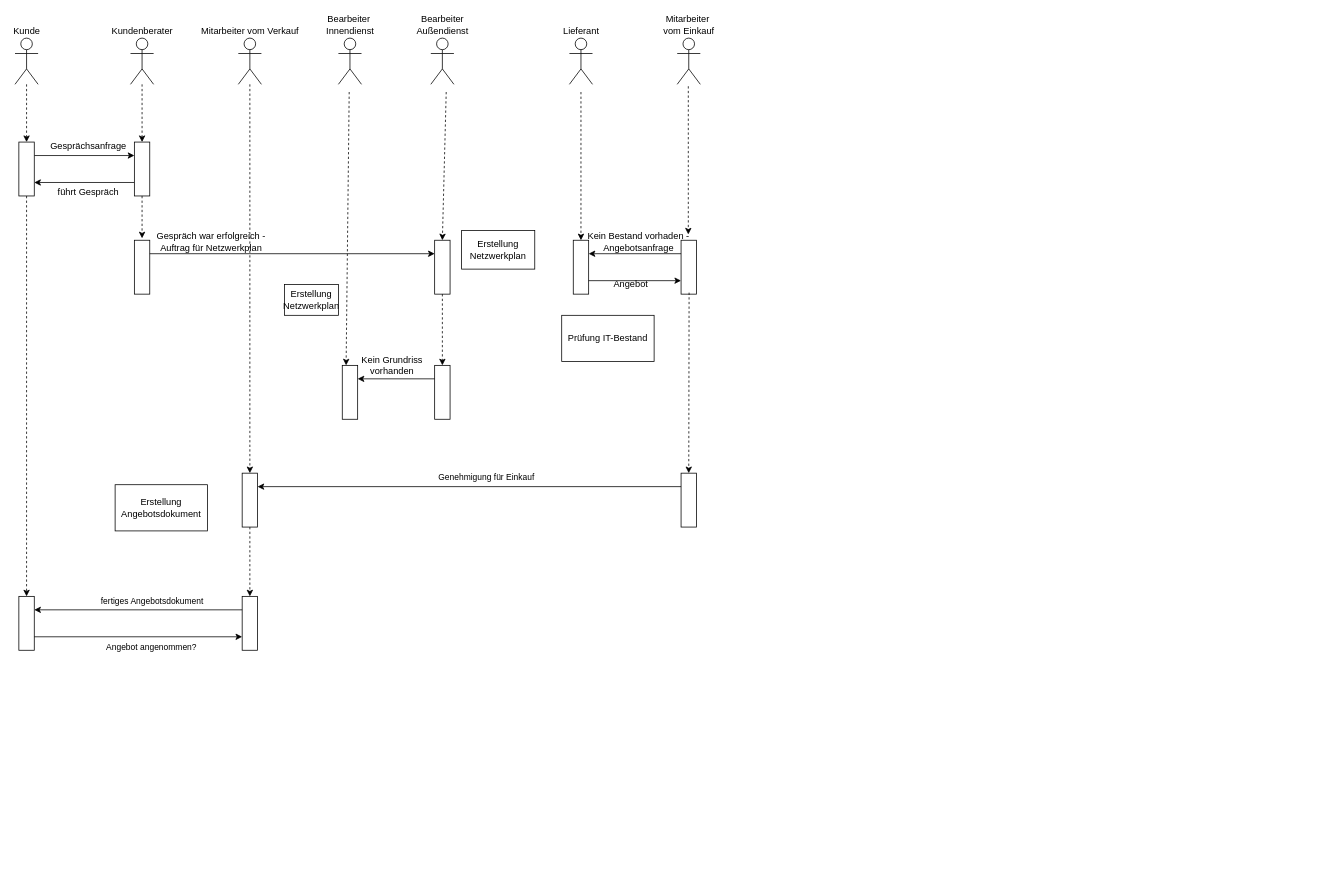
Before: docs/diagram/Sequenzdiagramm.drawio in i21Erik/LF_8, a draw.io diagram. Source tidied: cells renumbered, new cells numbered last; positions are measured from the earlier drawing's top-left corner, leaving out a move shared by most shapes. Both pictures are drawn from the tidied source at 77%, with x=0, y=0 at pixel (-1, 38).
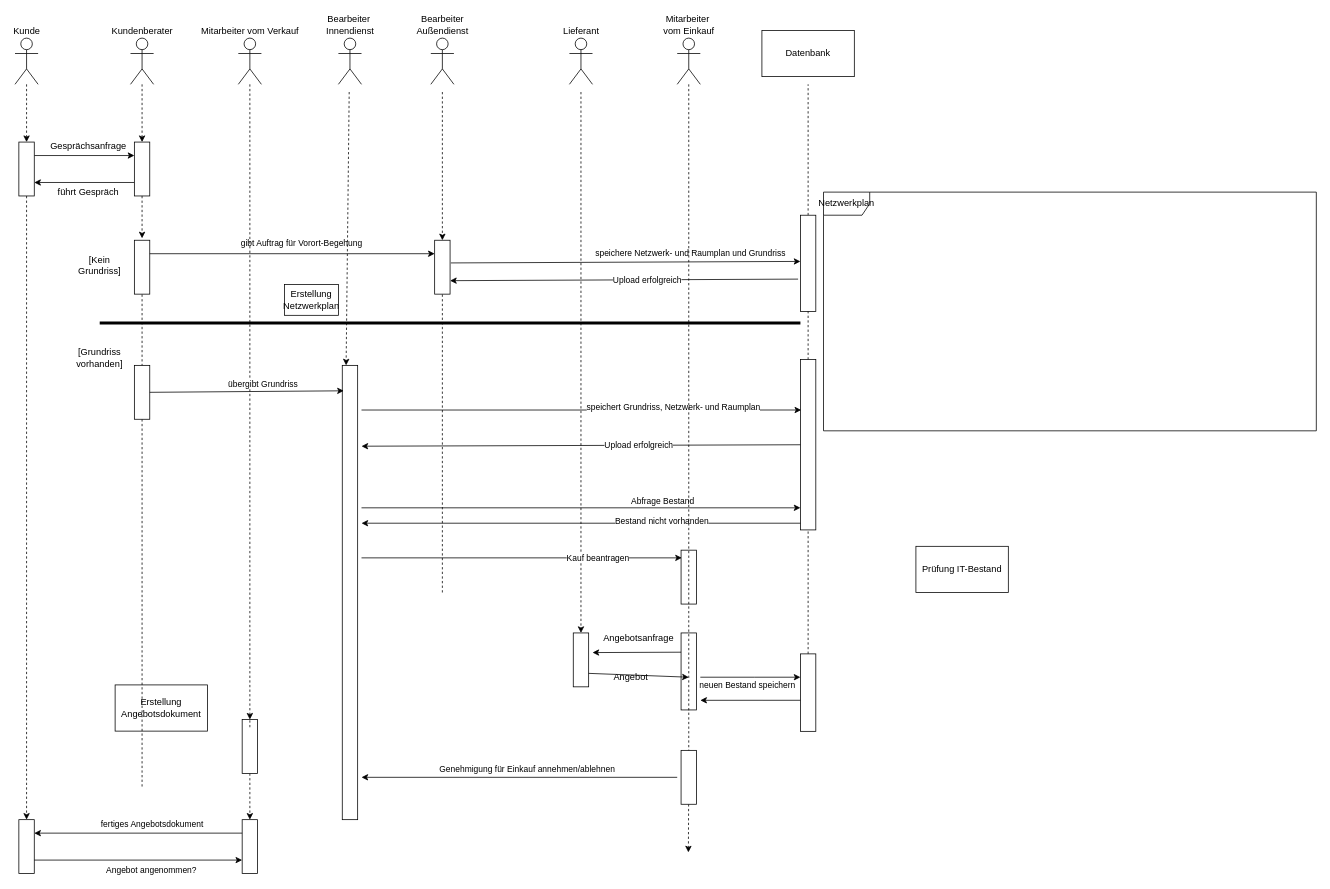
Above is the later version.

Commit message (it also covers changes not shown here):
Sequenzdiagramm weiter bearbeitet Signed-off-by: Postel <i21postelgr>

The change refers to these unchanged cells:
```xml
<mxCell id="17" value="Mitarbeiter&amp;nbsp;&lt;br&gt;vom Einkauf&lt;br&gt;" style="shape=umlActor;verticalLabelPosition=top;verticalAlign=bottom;html=1;outlineConnect=0;labelPosition=center;align=center;" parent="1" vertex="1">
  <mxGeometry x="880" width="30" height="60" as="geometry" />
</mxCell>
<mxCell id="19" style="rounded=0;whiteSpace=wrap;html=1;rotation=-90;" parent="1" vertex="1">
  <mxGeometry x="150" y="287.5" width="70" height="20" as="geometry" />
</mxCell>
<mxCell id="26" style="rounded=0;whiteSpace=wrap;html=1;rotation=-90;" parent="1" vertex="1">
  <mxGeometry x="540" y="287.5" width="70" height="20" as="geometry" />
</mxCell>
<mxCell id="27" style="endArrow=classic;html=1;rounded=0;exitX=0.75;exitY=1;exitDx=0;exitDy=0;entryX=0.75;entryY=0;entryDx=0;entryDy=0;" parent="1" edge="1" source="19" target="26">
  <mxGeometry relative="1" as="geometry" />
</mxCell>
```

What changed in the source:
```diff
@@
-    <mxCell id="18" style="rounded=0;whiteSpace=wrap;html=1;rotation=-90;" parent="1" vertex="1">
-      <mxGeometry x="540" y="450" width="70" height="20" as="geometry" />
-    </mxCell>
@@
-    <mxCell id="20" style="rounded=0;whiteSpace=wrap;html=1;rotation=-90;" parent="1" vertex="1">
-      <mxGeometry x="290" y="590" width="70" height="20" as="geometry" />
-    </mxCell>
     <mxCell id="21" style="rounded=0;whiteSpace=wrap;html=1;rotation=-90;" parent="1" vertex="1">
-      <mxGeometry y="750" width="70" height="20" as="geometry" />
+      <mxGeometry y="1040" width="70" height="20" as="geometry" />
     </mxCell>
-    <mxCell id="22" style="rounded=0;whiteSpace=wrap;html=1;rotation=-90;" parent="1" vertex="1">
-      <mxGeometry x="860" y="590" width="70" height="20" as="geometry" />
-    </mxCell>
     <mxCell id="23" style="rounded=0;whiteSpace=wrap;html=1;rotation=-90;" parent="1" vertex="1">
-      <mxGeometry x="720" y="287.5" width="70" height="20" as="geometry" />
+      <mxGeometry x="720" y="797.5" width="70" height="20" as="geometry" />
     </mxCell>
     <mxCell id="24" style="rounded=0;whiteSpace=wrap;html=1;rotation=-90;" parent="1" vertex="1">
-      <mxGeometry x="860" y="287.5" width="70" height="20" as="geometry" />
+      <mxGeometry x="845" y="812.5" width="100" height="20" as="geometry" />
     </mxCell>
     <mxCell id="25" style="rounded=0;whiteSpace=wrap;html=1;rotation=-90;" parent="1" vertex="1">
-      <mxGeometry x="420" y="450" width="70" height="20" as="geometry" />
+      <mxGeometry x="160" y="710" width="590" height="20" as="geometry" />
     </mxCell>
@@
-    <mxCell id="28" value="Gespräch war erfolgreich - Auftrag für Netzwerkplan" style="text;html=1;strokeColor=none;fillColor=none;align=center;verticalAlign=middle;whiteSpace=wrap;rounded=0;" parent="1" vertex="1">
-      <mxGeometry x="200" y="250" width="150" height="30" as="geometry" />
-    </mxCell>
+    <mxCell id="55" value="gibt Auftrag für Vorort-Begehung" style="edgeLabel;html=1;align=center;verticalAlign=middle;" parent="27" vertex="1">
+      <mxGeometry x="0.06" y="-2" relative="1" as="geometry">
+        <mxPoint y="-17" as="offset" />
+      </mxGeometry>
+    </mxCell>
@@
-    <mxCell id="30" style="endArrow=classic;html=1;rounded=0;dashed=1;exitX=0;exitY=0.5;exitDx=0;exitDy=0;entryX=1;entryY=0.5;entryDx=0;entryDy=0;" parent="1" edge="1" source="26" target="18">
-      <mxGeometry relative="1" as="geometry" />
-    </mxCell>
-    <mxCell id="31" value="Erstellung Netzwerkplan" style="rounded=0;whiteSpace=wrap;html=1;" parent="1" vertex="1">
-      <mxGeometry x="600" y="250" width="95" height="50" as="geometry" />
-    </mxCell>
-    <mxCell id="32" style="endArrow=classic;html=1;rounded=0;exitX=0.75;exitY=0;exitDx=0;exitDy=0;entryX=0.75;entryY=1;entryDx=0;entryDy=0;" parent="1" edge="1" source="18" target="25">
-      <mxGeometry relative="1" as="geometry" />
-    </mxCell>
-    <mxCell id="33" value="Kein Grundriss vorhanden" style="text;html=1;strokeColor=none;fillColor=none;align=center;verticalAlign=middle;whiteSpace=wrap;rounded=0;" parent="1" vertex="1">
-      <mxGeometry x="450" y="400" width="120" height="50" as="geometry" />
-    </mxCell>
     <mxCell id="34" value="Prüfung IT-Bestand" style="rounded=0;whiteSpace=wrap;html=1;" parent="1" vertex="1">
-      <mxGeometry x="730" y="360" width="120" height="60" as="geometry" />
+      <mxGeometry x="1190" y="660" width="120" height="60" as="geometry" />
     </mxCell>
-    <mxCell id="35" style="endArrow=classic;html=1;rounded=0;exitX=0.75;exitY=0;exitDx=0;exitDy=0;entryX=0.75;entryY=1;entryDx=0;entryDy=0;" parent="1" edge="1" source="24" target="23">
-      <mxGeometry relative="1" as="geometry" />
+    <mxCell id="35" style="endArrow=classic;html=1;rounded=0;exitX=0.75;exitY=0;exitDx=0;exitDy=0;" parent="1" edge="1" source="24">
+      <mxGeometry relative="1" as="geometry">
+        <mxPoint x="770" y="798" as="targetPoint" />
+      </mxGeometry>
     </mxCell>
-    <mxCell id="36" value="Kein Bestand vorhaden - Angebotsanfrage" style="text;html=1;strokeColor=none;fillColor=none;align=center;verticalAlign=middle;whiteSpace=wrap;rounded=0;" parent="1" vertex="1">
-      <mxGeometry x="740" y="255" width="180" height="20" as="geometry" />
+    <mxCell id="36" value="Angebotsanfrage" style="text;html=1;strokeColor=none;fillColor=none;align=center;verticalAlign=middle;whiteSpace=wrap;rounded=0;" parent="1" vertex="1">
+      <mxGeometry x="740" y="770" width="180" height="20" as="geometry" />
     </mxCell>
-    <mxCell id="37" style="endArrow=classic;html=1;rounded=0;exitX=0.25;exitY=1;exitDx=0;exitDy=0;entryX=0.25;entryY=0;entryDx=0;entryDy=0;" parent="1" edge="1" source="23" target="24">
-      <mxGeometry relative="1" as="geometry" />
+    <mxCell id="37" style="endArrow=classic;html=1;rounded=0;exitX=0.25;exitY=1;exitDx=0;exitDy=0;" parent="1" edge="1" source="23">
+      <mxGeometry relative="1" as="geometry">
+        <mxPoint x="895" y="830" as="targetPoint" />
+      </mxGeometry>
     </mxCell>
     <mxCell id="38" value="Angebot" style="text;html=1;strokeColor=none;fillColor=none;align=center;verticalAlign=middle;whiteSpace=wrap;rounded=0;" parent="1" vertex="1">
-      <mxGeometry x="730" y="310" width="180" height="20" as="geometry" />
+      <mxGeometry x="730" y="820" width="180" height="20" as="geometry" />
     </mxCell>
-    <mxCell id="39" style="endArrow=classic;html=1;rounded=0;dashed=1;exitX=0.919;exitY=1.027;exitDx=0;exitDy=0;exitPerimeter=0;entryX=1;entryY=0.5;entryDx=0;entryDy=0;" parent="1" edge="1" source="38" target="22">
-      <mxGeometry relative="1" as="geometry" />
-    </mxCell>
@@
-    <mxCell id="41" style="endArrow=classic;html=1;rounded=0;exitX=0.75;exitY=0;exitDx=0;exitDy=0;entryX=0.75;entryY=1;entryDx=0;entryDy=0;" parent="1" edge="1" source="22" target="20">
-      <mxGeometry relative="1" as="geometry" />
+    <mxCell id="41" style="endArrow=classic;html=1;rounded=0;" parent="1" edge="1">
+      <mxGeometry relative="1" as="geometry">
+        <mxPoint x="880" y="960" as="sourcePoint" />
+        <mxPoint x="470" y="960" as="targetPoint" />
+      </mxGeometry>
     </mxCell>
-    <mxCell id="42" value="Genehmigung für Einkauf" style="edgeLabel;html=1;align=center;verticalAlign=middle;" parent="41" vertex="1">
+    <mxCell id="42" value="Genehmigung für Einkauf annehmen/ablehnen" style="edgeLabel;html=1;align=center;verticalAlign=middle;" parent="41" vertex="1">
       <mxGeometry x="-0.18" y="-1" relative="1" as="geometry">
         <mxPoint x="-28" y="-11" as="offset" />
       </mxGeometry>
     </mxCell>
     <mxCell id="43" value="Erstellung Angebotsdokument" style="rounded=0;whiteSpace=wrap;html=1;" parent="1" vertex="1">
-      <mxGeometry x="150" y="580" width="120" height="60" as="geometry" />
+      <mxGeometry x="150" y="840" width="120" height="60" as="geometry" />
     </mxCell>
     <mxCell id="44" style="rounded=0;whiteSpace=wrap;html=1;rotation=-90;" parent="1" vertex="1">
-      <mxGeometry x="290" y="750" width="70" height="20" as="geometry" />
+      <mxGeometry x="290" y="1040" width="70" height="20" as="geometry" />
     </mxCell>
-    <mxCell id="45" style="endArrow=classic;html=1;rounded=0;dashed=1;exitX=0;exitY=0.5;exitDx=0;exitDy=0;entryX=1;entryY=0.5;entryDx=0;entryDy=0;" parent="1" edge="1" source="20" target="44">
+    <mxCell id="45" style="endArrow=classic;html=1;rounded=0;dashed=1;exitX=0;exitY=0.5;exitDx=0;exitDy=0;entryX=1;entryY=0.5;entryDx=0;entryDy=0;startArrow=none;" parent="1" edge="1" source="20" target="44">
       <mxGeometry relative="1" as="geometry" />
     </mxCell>
@@
-    <mxCell id="51" style="endArrow=classic;html=1;rounded=0;dashed=1;" parent="1" edge="1">
+    <mxCell id="51" style="endArrow=classic;html=1;rounded=0;dashed=1;startArrow=none;" parent="1" edge="1" source="22">
       <mxGeometry relative="1" as="geometry">
-        <mxPoint x="894.4" y="62.5" as="sourcePoint" />
-        <mxPoint x="894.4" y="255" as="targetPoint" />
+        <mxPoint x="894.5" y="1057.5" as="targetPoint" />
       </mxGeometry>
     </mxCell>
@@
-    <mxCell id="53" style="endArrow=classic;html=1;rounded=0;dashed=1;entryX=0;entryY=0.5;entryDx=0;entryDy=0;" parent="1" edge="1" target="33">
+    <mxCell id="53" style="endArrow=classic;html=1;rounded=0;dashed=1;entryX=0;entryY=0.5;entryDx=0;entryDy=0;" parent="1" edge="1">
       <mxGeometry relative="1" as="geometry">
         <mxPoint x="454" y="70" as="sourcePoint" />
+        <mxPoint x="450" y="425" as="targetPoint" />
       </mxGeometry>
     </mxCell>
     <mxCell id="54" style="endArrow=classic;html=1;rounded=0;dashed=1;entryX=1;entryY=0.5;entryDx=0;entryDy=0;" parent="1" edge="1" target="26">
       <mxGeometry relative="1" as="geometry">
-        <mxPoint x="580" y="70" as="sourcePoint" />
+        <mxPoint x="575" y="70" as="sourcePoint" />
       </mxGeometry>
     </mxCell>
+    <mxCell id="56" value="Netzwerkplan" style="shape=umlFrame;whiteSpace=wrap;html=1;" parent="1" vertex="1">
+      <mxGeometry x="1070" y="200" width="640" height="310" as="geometry" />
+    </mxCell>
+    <mxCell id="57" value="[Kein Grundriss]" style="text;html=1;strokeColor=none;fillColor=none;align=center;verticalAlign=middle;whiteSpace=wrap;rounded=0;" parent="1" vertex="1">
+      <mxGeometry x="100" y="280" width="60" height="30" as="geometry" />
+    </mxCell>
+    <mxCell id="58" value="Datenbank" style="rounded=0;whiteSpace=wrap;html=1;" parent="1" vertex="1">
+      <mxGeometry x="990" y="-10" width="120" height="60" as="geometry" />
+    </mxCell>
+    <mxCell id="59" style="endArrow=none;dashed=1;html=1;rounded=0;startArrow=none;" parent="1" edge="1" source="60">
+      <mxGeometry relative="1" as="geometry">
+        <mxPoint x="1050" y="60" as="targetPoint" />
+      </mxGeometry>
+    </mxCell>
+    <mxCell id="60" style="rounded=0;whiteSpace=wrap;html=1;rotation=-90;" parent="1" vertex="1">
+      <mxGeometry x="987.5" y="282.5" width="125" height="20" as="geometry" />
+    </mxCell>
+    <mxCell id="61" style="endArrow=none;dashed=1;html=1;rounded=0;startArrow=none;" parent="1" edge="1" source="70" target="60">
+      <mxGeometry relative="1" as="geometry" />
+    </mxCell>
+    <mxCell id="62" style="endArrow=classic;html=1;rounded=0;exitX=0.579;exitY=1.05;exitDx=0;exitDy=0;exitPerimeter=0;" parent="1" edge="1" source="26">
+      <mxGeometry relative="1" as="geometry">
+        <mxPoint x="1040" y="290" as="targetPoint" />
+      </mxGeometry>
+    </mxCell>
+    <mxCell id="63" value="speichere Netzwerk- und Raumplan und Grundriss" style="edgeLabel;html=1;align=center;verticalAlign=middle;" parent="62" vertex="1">
+      <mxGeometry x="0.47" y="4" relative="1" as="geometry">
+        <mxPoint x="-23" y="-7" as="offset" />
+      </mxGeometry>
+    </mxCell>
+    <mxCell id="64" style="endArrow=classic;html=1;rounded=0;entryX=0.25;entryY=1;entryDx=0;entryDy=0;exitX=0.336;exitY=-0.15;exitDx=0;exitDy=0;exitPerimeter=0;" parent="1" edge="1" source="60" target="26">
+      <mxGeometry relative="1" as="geometry" />
+    </mxCell>
+    <mxCell id="65" value="Upload erfolgreich" style="edgeLabel;html=1;align=center;verticalAlign=middle;" parent="64" vertex="1">
+      <mxGeometry x="-0.13" relative="1" as="geometry" />
+    </mxCell>
+    <mxCell id="66" style="endArrow=none;dashed=1;html=1;rounded=0;entryX=0;entryY=0.5;entryDx=0;entryDy=0;" parent="1" edge="1" target="19">
+      <mxGeometry relative="1" as="geometry">
+        <mxPoint x="185" y="972" as="sourcePoint" />
+      </mxGeometry>
+    </mxCell>
+    <mxCell id="67" style="endArrow=none;html=1;rounded=0;strokeWidth=4;" parent="1" edge="1">
+      <mxGeometry relative="1" as="geometry">
+        <mxPoint x="130" y="370" as="sourcePoint" />
+        <mxPoint x="1040" y="370" as="targetPoint" />
+      </mxGeometry>
+    </mxCell>
+    <mxCell id="68" value="[Grundriss vorhanden]" style="text;html=1;strokeColor=none;fillColor=none;align=center;verticalAlign=middle;whiteSpace=wrap;rounded=0;" parent="1" vertex="1">
+      <mxGeometry x="100" y="400" width="60" height="30" as="geometry" />
+    </mxCell>
+    <mxCell id="69" style="rounded=0;whiteSpace=wrap;html=1;rotation=-90;" parent="1" vertex="1">
+      <mxGeometry x="150" y="450" width="70" height="20" as="geometry" />
+    </mxCell>
+    <mxCell id="70" style="rounded=0;whiteSpace=wrap;html=1;rotation=-90;" parent="1" vertex="1">
+      <mxGeometry x="939.4" y="518.1" width="221.2" height="20" as="geometry" />
+    </mxCell>
+    <mxCell id="71" style="endArrow=none;dashed=1;html=1;rounded=0;exitX=1;exitY=0.5;exitDx=0;exitDy=0;" parent="1" edge="1" source="87" target="70">
+      <mxGeometry relative="1" as="geometry" />
+    </mxCell>
+    <mxCell id="72" style="endArrow=classic;html=1;rounded=0;strokeWidth=1;exitX=0.5;exitY=1;exitDx=0;exitDy=0;entryX=0.944;entryY=0.1;entryDx=0;entryDy=0;entryPerimeter=0;" parent="1" edge="1" source="69" target="25">
+      <mxGeometry relative="1" as="geometry" />
+    </mxCell>
+    <mxCell id="73" value="übergibt Grundriss" style="edgeLabel;html=1;align=center;verticalAlign=middle;" parent="72" vertex="1">
+      <mxGeometry x="0.18" y="-2" relative="1" as="geometry">
+        <mxPoint x="-3" y="-12" as="offset" />
+      </mxGeometry>
+    </mxCell>
+    <mxCell id="74" style="endArrow=classic;html=1;rounded=0;strokeWidth=1;entryX=0.704;entryY=0.05;entryDx=0;entryDy=0;entryPerimeter=0;" parent="1" edge="1" target="70">
+      <mxGeometry relative="1" as="geometry">
+        <mxPoint x="470" y="483" as="sourcePoint" />
+      </mxGeometry>
+    </mxCell>
+    <mxCell id="75" value="speichert Grundriss, Netzwerk- und Raumplan" style="edgeLabel;html=1;align=center;verticalAlign=middle;" parent="74" vertex="1">
+      <mxGeometry x="0.42" y="3" relative="1" as="geometry" />
+    </mxCell>
+    <mxCell id="76" style="endArrow=none;dashed=1;html=1;rounded=0;strokeWidth=1;entryX=0;entryY=0.5;entryDx=0;entryDy=0;" parent="1" edge="1" target="26">
+      <mxGeometry relative="1" as="geometry">
+        <mxPoint x="575" y="720" as="sourcePoint" />
+      </mxGeometry>
+    </mxCell>
+    <mxCell id="77" style="endArrow=classic;html=1;rounded=0;strokeWidth=1;exitX=0.5;exitY=0;exitDx=0;exitDy=0;" parent="1" edge="1" source="70">
+      <mxGeometry relative="1" as="geometry">
+        <mxPoint x="470" y="530" as="targetPoint" />
+      </mxGeometry>
+    </mxCell>
+    <mxCell id="78" value="Upload erfolgreich" style="edgeLabel;html=1;align=center;verticalAlign=middle;" parent="77" vertex="1">
+      <mxGeometry x="-0.15" relative="1" as="geometry">
+        <mxPoint x="31" as="offset" />
+      </mxGeometry>
+    </mxCell>
+    <mxCell id="79" style="endArrow=classic;html=1;rounded=0;strokeWidth=1;" parent="1" edge="1">
+      <mxGeometry relative="1" as="geometry">
+        <mxPoint x="470" y="610" as="sourcePoint" />
+        <mxPoint x="1040" y="610" as="targetPoint" />
+      </mxGeometry>
+    </mxCell>
+    <mxCell id="80" value="Abfrage Bestand" style="edgeLabel;html=1;align=center;verticalAlign=middle;" parent="79" vertex="1">
+      <mxGeometry x="0.44" y="-2" relative="1" as="geometry">
+        <mxPoint x="-20" y="-12" as="offset" />
+      </mxGeometry>
+    </mxCell>
+    <mxCell id="20" style="rounded=0;whiteSpace=wrap;html=1;rotation=-90;" parent="1" vertex="1">
+      <mxGeometry x="290" y="910" width="70" height="20" as="geometry" />
+    </mxCell>
+    <mxCell id="81" style="endArrow=none;html=1;rounded=0;dashed=1;exitX=0;exitY=0.5;exitDx=0;exitDy=0;entryX=1;entryY=0.5;entryDx=0;entryDy=0;" parent="1" edge="1" target="20">
+      <mxGeometry relative="1" as="geometry">
+        <mxPoint x="325" y="895" as="sourcePoint" />
+      </mxGeometry>
+    </mxCell>
+    <mxCell id="82" style="endArrow=classic;html=1;rounded=0;strokeWidth=1;" parent="1" edge="1">
+      <mxGeometry relative="1" as="geometry">
+        <mxPoint x="1040" y="630" as="sourcePoint" />
+        <mxPoint x="470" y="630" as="targetPoint" />
+      </mxGeometry>
+    </mxCell>
+    <mxCell id="83" value="Bestand nicht vorhanden" style="edgeLabel;html=1;align=center;verticalAlign=middle;" parent="82" vertex="1">
+      <mxGeometry x="-0.15" y="-4" relative="1" as="geometry">
+        <mxPoint x="61" as="offset" />
+      </mxGeometry>
+    </mxCell>
+    <mxCell id="84" style="rounded=0;whiteSpace=wrap;html=1;rotation=-90;" parent="1" vertex="1">
+      <mxGeometry x="860" y="690" width="70" height="20" as="geometry" />
+    </mxCell>
+    <mxCell id="85" style="endArrow=classic;html=1;rounded=0;strokeWidth=1;entryX=0.857;entryY=0.05;entryDx=0;entryDy=0;entryPerimeter=0;" parent="1" edge="1" target="84">
+      <mxGeometry relative="1" as="geometry">
+        <mxPoint x="470" y="675" as="sourcePoint" />
+      </mxGeometry>
+    </mxCell>
+    <mxCell id="86" value="Kauf beantragen" style="edgeLabel;html=1;align=center;verticalAlign=middle;" parent="85" vertex="1">
+      <mxGeometry x="0.47" y="1" relative="1" as="geometry" />
+    </mxCell>
+    <mxCell id="87" style="rounded=0;whiteSpace=wrap;html=1;rotation=-90;" parent="1" vertex="1">
+      <mxGeometry x="999.7" y="840" width="100.6" height="20" as="geometry" />
+    </mxCell>
+    <mxCell id="88" style="endArrow=classic;html=1;rounded=0;" parent="1" edge="1">
+      <mxGeometry relative="1" as="geometry">
+        <mxPoint x="910" y="830" as="sourcePoint" />
+        <mxPoint x="1040" y="830" as="targetPoint" />
+        <Array as="points">
+          <mxPoint x="980" y="830" />
+        </Array>
+      </mxGeometry>
+    </mxCell>
+    <mxCell id="89" value="neuen Bestand speichern" style="edgeLabel;html=1;align=center;verticalAlign=middle;" parent="88" vertex="1">
+      <mxGeometry x="-0.25" y="4" relative="1" as="geometry">
+        <mxPoint x="11" y="14" as="offset" />
+      </mxGeometry>
+    </mxCell>
+    <mxCell id="22" style="rounded=0;whiteSpace=wrap;html=1;rotation=-90;" parent="1" vertex="1">
+      <mxGeometry x="860" y="950" width="70" height="20" as="geometry" />
+    </mxCell>
+    <mxCell id="90" style="endArrow=none;html=1;rounded=0;dashed=1;" parent="1" edge="1" source="17" target="22">
+      <mxGeometry relative="1" as="geometry" />
+    </mxCell>
+    <mxCell id="91" style="endArrow=classic;html=1;rounded=0;exitX=0.401;exitY=0;exitDx=0;exitDy=0;exitPerimeter=0;" parent="1" edge="1" source="87">
+      <mxGeometry relative="1" as="geometry">
+        <mxPoint x="910" y="860" as="targetPoint" />
+      </mxGeometry>
+    </mxCell>
```
